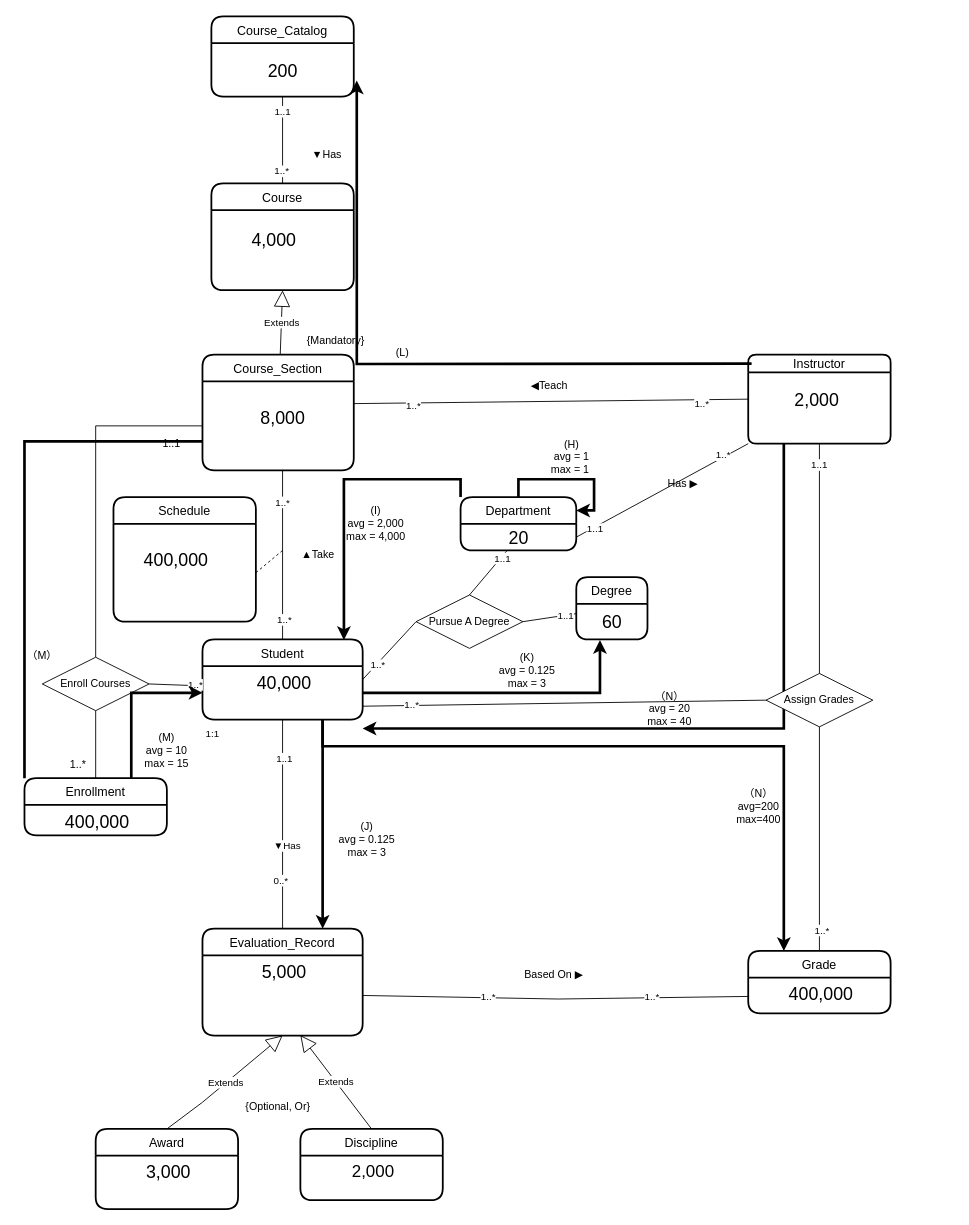
This is page "第 5 页" (5 of 7) of 未命名绘图2.drawio from bincute/iAmReadingBook, a draw.io file, before an edit. Source tidied: cells renumbered, new cells numbered last; positions are measured from the earlier drawing's top-left corner, leaving out a move shared by most shapes. Both pictures are drawn from the tidied source at 89%, with x=0, y=0 at pixel (15, 16).
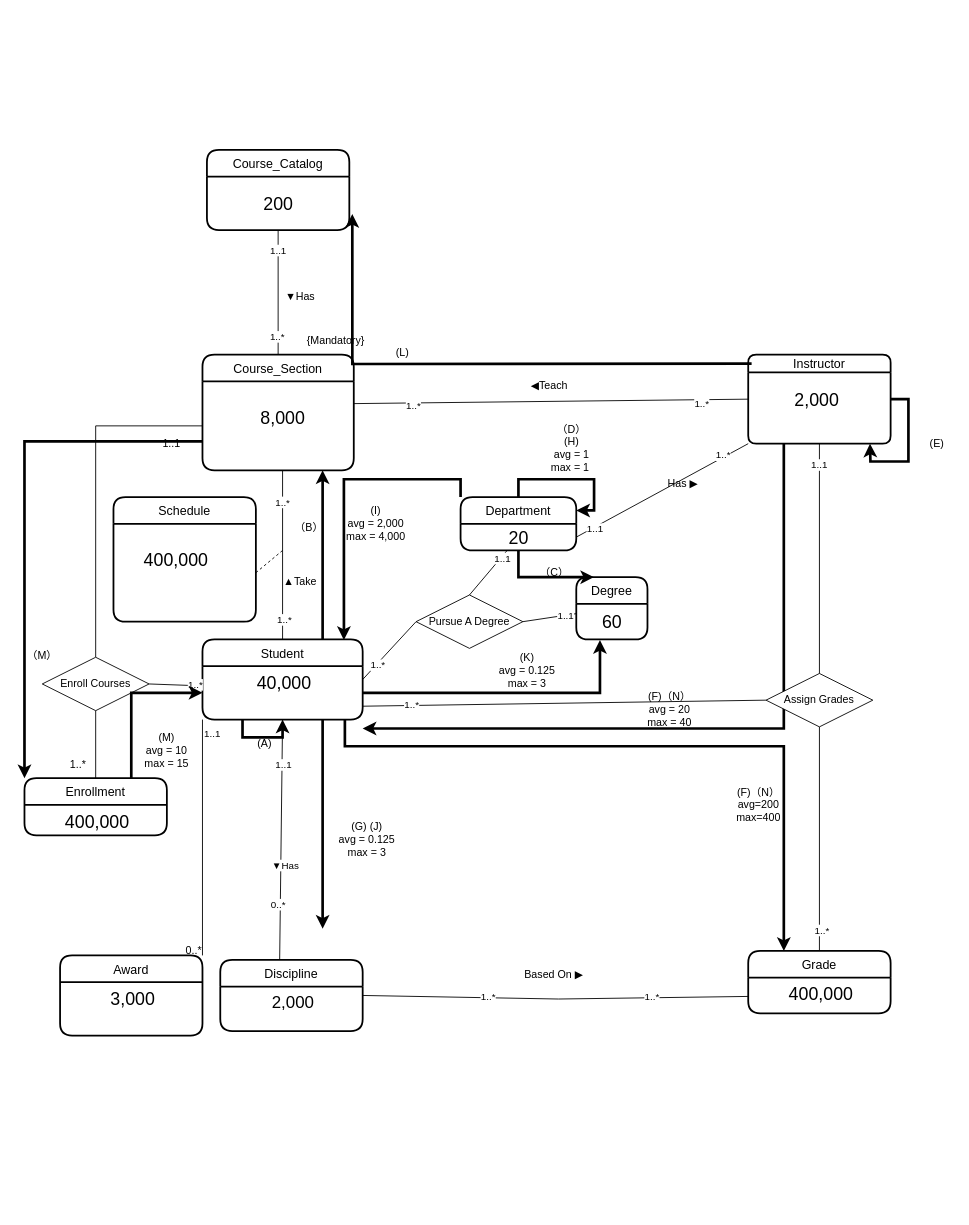
After the change.

Commit message:
更新未命名绘图2.drawio

The change refers to these unchanged cells:
```xml
<mxCell id="3" value="Student" style="swimlane;horizontal=1;startSize=30;rounded=1;fontSize=14;fontStyle=0;strokeWidth=2;shadow=0;dashed=0;align=center;" parent="1" vertex="1">
  <mxGeometry x="210" y="700" width="180" height="90" as="geometry" />
</mxCell>
<mxCell id="4" value="40,000" style="align=center;strokeColor=none;fillColor=none;spacingLeft=4;fontSize=20;verticalAlign=top;" parent="3" vertex="1">
  <mxGeometry y="30" width="180" height="60" as="geometry" />
</mxCell>
<mxCell id="6" value="Instructor" style="swimlane;horizontal=1;startSize=20;rounded=1;fontSize=14;fontStyle=0;strokeWidth=2;shadow=0;dashed=0;align=center;" parent="1" vertex="1">
  <mxGeometry x="823.2" y="380" width="160" height="100" as="geometry" />
</mxCell>
<mxCell id="17" value="Grade" style="swimlane;horizontal=1;startSize=30;rounded=1;fontSize=14;fontStyle=0;strokeWidth=2;shadow=0;dashed=0;align=center;" parent="1" vertex="1">
  <mxGeometry x="823.2" y="1050" width="160" height="70" as="geometry" />
</mxCell>
<mxCell id="18" value="400,000" style="align=center;strokeColor=none;fillColor=none;spacingLeft=4;fontSize=20;verticalAlign=top;" parent="17" vertex="1">
  <mxGeometry y="30" width="160" height="40" as="geometry" />
</mxCell>
<mxCell id="35" value="Degree" style="swimlane;horizontal=1;startSize=30;rounded=1;fontSize=14;fontStyle=0;strokeWidth=2;shadow=0;dashed=0;align=center;" parent="1" vertex="1">
  <mxGeometry x="630" y="630" width="80" height="70" as="geometry" />
</mxCell>
<mxCell id="38" value="Department" style="swimlane;horizontal=1;startSize=30;rounded=1;fontSize=14;fontStyle=0;strokeWidth=2;shadow=0;dashed=0;align=center;" parent="1" vertex="1">
  <mxGeometry x="500" y="540" width="130" height="60" as="geometry" />
</mxCell>
<mxCell id="46" value="Course_Section" style="swimlane;horizontal=1;startSize=30;rounded=1;fontSize=14;fontStyle=0;strokeWidth=2;shadow=0;dashed=0;align=center;" parent="1" vertex="1">
  <mxGeometry x="210" y="380" width="170" height="130" as="geometry" />
</mxCell>
<mxCell id="54" value="Enrollment" style="swimlane;horizontal=1;startSize=30;rounded=1;fontSize=14;fontStyle=0;strokeWidth=2;shadow=0;dashed=0;align=center;" parent="1" vertex="1">
  <mxGeometry x="10" y="855.9" width="160" height="64.1" as="geometry" />
</mxCell>
<mxCell id="56" style="edgeStyle=none;rounded=0;jettySize=auto;html=1;exitX=0.5;exitY=0;exitDx=0;exitDy=0;entryX=0.5;entryY=1;entryDx=0;entryDy=0;endArrow=none;endFill=0;" parent="1" edge="1" source="54" target="27">
  <mxGeometry relative="1" as="geometry" />
</mxCell>
```

The edit, as a diff of the source:
```diff
@@
-    <mxCell id="2" value="Course" style="swimlane;horizontal=1;startSize=30;rounded=1;fontSize=14;fontStyle=0;strokeWidth=2;shadow=0;dashed=0;align=center;" parent="1" vertex="1">
-      <mxGeometry x="220" y="187.6" width="160" height="120" as="geometry" />
-    </mxCell>
+    <mxCell id="98" style="edgeStyle=orthogonalEdgeStyle;rounded=0;jettySize=auto;html=1;exitX=0.75;exitY=0;exitDx=0;exitDy=0;strokeWidth=3;fontSize=12;endArrow=classic;endFill=1;elbow=vertical;" parent="1" edge="1" source="3">
+      <mxGeometry relative="1" as="geometry">
+        <mxPoint x="345" y="510" as="targetPoint" />
+      </mxGeometry>
+    </mxCell>
@@
+    <mxCell id="99" style="edgeStyle=orthogonalEdgeStyle;rounded=0;orthogonalLoop=1;jettySize=auto;html=1;exitX=0.25;exitY=1;exitDx=0;exitDy=0;entryX=0.5;entryY=1;entryDx=0;entryDy=0;strokeWidth=3;fontSize=20;endArrow=classic;endFill=1;elbow=vertical;" parent="3" edge="1" source="4" target="4">
+      <mxGeometry relative="1" as="geometry" />
+    </mxCell>
@@
+    <mxCell id="100" style="edgeStyle=orthogonalEdgeStyle;rounded=0;jettySize=auto;html=1;exitX=1;exitY=0.5;exitDx=0;exitDy=0;strokeWidth=3;fontSize=12;endArrow=classic;endFill=1;elbow=vertical;" parent="1" edge="1" source="6">
+      <mxGeometry relative="1" as="geometry">
+        <mxPoint x="960" y="480" as="targetPoint" />
+      </mxGeometry>
+    </mxCell>
@@
     <mxCell id="19" value="Course_Catalog" style="swimlane;horizontal=1;startSize=30;rounded=1;fontSize=14;fontStyle=0;strokeWidth=2;shadow=0;dashed=0;align=center;" parent="1" vertex="1">
-      <mxGeometry x="220" width="160" height="90" as="geometry" />
+      <mxGeometry x="215" y="150" width="160" height="90" as="geometry" />
     </mxCell>
@@
-    <mxCell id="21" style="edgeStyle=none;rounded=0;jettySize=auto;html=1;exitX=0.5;exitY=1;exitDx=0;exitDy=0;endArrow=none;endFill=0;" parent="1" edge="1" target="2">
+    <mxCell id="21" style="edgeStyle=none;rounded=0;jettySize=auto;html=1;endArrow=none;endFill=0;" parent="1" edge="1" target="46">
       <mxGeometry relative="1" as="geometry">
-        <mxPoint x="300" y="90" as="sourcePoint" />
+        <mxPoint x="295" y="240" as="sourcePoint" />
       </mxGeometry>
     </mxCell>
@@
-    <mxCell id="29" value="Evaluation_Record" style="swimlane;horizontal=1;startSize=30;rounded=1;fontSize=14;fontStyle=0;strokeWidth=2;shadow=0;dashed=0;align=center;" parent="1" vertex="1">
-      <mxGeometry x="210" y="1025" width="180" height="120" as="geometry" />
-    </mxCell>
-    <mxCell id="30" value="5,000" style="align=center;strokeColor=none;fillColor=none;spacingLeft=4;fontSize=20;verticalAlign=top;" parent="29" vertex="1">
-      <mxGeometry y="30" width="180" height="90" as="geometry" />
-    </mxCell>
-    <mxCell id="31" style="edgeStyle=none;rounded=0;jettySize=auto;html=1;exitX=0.5;exitY=1;exitDx=0;exitDy=0;endArrow=none;endFill=0;" parent="1" edge="1" source="4" target="29">
+    <mxCell id="31" style="edgeStyle=none;rounded=0;jettySize=auto;html=1;exitX=0.5;exitY=1;exitDx=0;exitDy=0;endArrow=none;endFill=0;entryX=0.417;entryY=0.017;entryDx=0;entryDy=0;entryPerimeter=0;" parent="1" edge="1" source="4" target="65">
       <mxGeometry relative="1" as="geometry" />
     </mxCell>
@@
+    <mxCell id="101" style="edgeStyle=orthogonalEdgeStyle;rounded=0;jettySize=auto;html=1;strokeWidth=3;fontSize=12;endArrow=classic;endFill=1;elbow=vertical;entryX=0.25;entryY=0;entryDx=0;entryDy=0;" parent="1" edge="1" source="38" target="35">
+      <mxGeometry relative="1" as="geometry">
+        <Array as="points">
+          <mxPoint x="565" y="630" />
+        </Array>
+      </mxGeometry>
+    </mxCell>
@@
-    <mxCell id="45" style="edgeStyle=orthogonalEdgeStyle;rounded=0;jettySize=auto;html=1;entryX=0;entryY=0;entryDx=0;entryDy=0;strokeWidth=3;fontSize=20;endArrow=none;endFill=0;elbow=vertical;exitX=0;exitY=0.75;exitDx=0;exitDy=0;" parent="1" edge="1" source="46" target="54">
+    <mxCell id="45" style="edgeStyle=orthogonalEdgeStyle;rounded=0;jettySize=auto;html=1;entryX=0;entryY=0;entryDx=0;entryDy=0;strokeWidth=3;fontSize=20;endArrow=classic;endFill=1;elbow=vertical;exitX=0;exitY=0.75;exitDx=0;exitDy=0;" parent="1" edge="1" source="46" target="54">
       <mxGeometry relative="1" as="geometry" />
     </mxCell>
@@
-    <mxCell id="47" value="Extends" style="endArrow=block;endSize=16;endFill=0;html=1;rounded=0;entryX=0.5;entryY=1;entryDx=0;entryDy=0;" parent="1" edge="1" source="46">
-      <mxGeometry relative="1" as="geometry">
-        <mxPoint x="300" y="307.7" as="targetPoint" />
-      </mxGeometry>
-    </mxCell>
@@
-    <mxCell id="51" style="edgeStyle=none;rounded=0;jettySize=auto;html=1;exitX=1;exitY=0.5;exitDx=0;exitDy=0;endArrow=none;endFill=0;" parent="1" edge="1" source="30" target="18">
+    <mxCell id="51" style="edgeStyle=none;rounded=0;jettySize=auto;html=1;exitX=1;exitY=0.5;exitDx=0;exitDy=0;endArrow=none;endFill=0;" parent="1" edge="1" target="18">
       <mxGeometry relative="1" as="geometry">
+        <mxPoint x="390" y="1100" as="sourcePoint" />
         <Array as="points">
           <mxPoint x="610" y="1104" />
         </Array>
       </mxGeometry>
     </mxCell>
@@
-    <mxCell id="57" value="1:1" style="edgeLabel;html=1;align=center;verticalAlign=middle;" parent="56" vertex="1">
+    <mxCell id="57" value="1..1" style="edgeLabel;html=1;align=center;verticalAlign=middle;" parent="56" vertex="1">
       <mxGeometry x="0.88" y="-1" relative="1" as="geometry">
         <mxPoint x="129" y="21" as="offset" />
       </mxGeometry>
     </mxCell>
@@
+    <mxCell id="102" style="edgeStyle=orthogonalEdgeStyle;rounded=0;jettySize=auto;html=1;exitX=1;exitY=0;exitDx=0;exitDy=0;entryX=0;entryY=1;entryDx=0;entryDy=0;strokeWidth=1;fontSize=12;endArrow=none;endFill=0;elbow=vertical;" parent="1" edge="1" source="63" target="4">
+      <mxGeometry relative="1" as="geometry" />
+    </mxCell>
     <mxCell id="63" value="Award" style="swimlane;horizontal=1;startSize=30;rounded=1;fontSize=14;fontStyle=0;strokeWidth=2;shadow=0;dashed=0;align=center;" parent="1" vertex="1">
-      <mxGeometry x="90" y="1250" width="160" height="90" as="geometry" />
+      <mxGeometry x="50" y="1055" width="160" height="90" as="geometry" />
     </mxCell>
@@
     <mxCell id="65" value="Discipline" style="swimlane;horizontal=1;startSize=30;rounded=1;fontSize=14;fontStyle=0;strokeWidth=2;shadow=0;dashed=0;align=center;" parent="1" vertex="1">
-      <mxGeometry x="320" y="1250" width="160" height="80" as="geometry" />
+      <mxGeometry x="230" y="1060" width="160" height="80" as="geometry" />
     </mxCell>
@@
-    <mxCell id="67" value="Extends" style="endArrow=block;endSize=16;endFill=0;html=1;rounded=0;entryX=0.5;entryY=1;entryDx=0;entryDy=0;exitX=0.5;exitY=0;exitDx=0;exitDy=0;" parent="1" edge="1" source="63" target="30">
-      <mxGeometry relative="1" as="geometry">
-        <Array as="points">
-          <mxPoint x="210" y="1220" />
-        </Array>
-      </mxGeometry>
-    </mxCell>
-    <mxCell id="68" value="Extends" style="endArrow=block;endSize=16;endFill=0;html=1;rounded=0;exitX=0.5;exitY=0;exitDx=0;exitDy=0;entryX=0.611;entryY=0.996;entryDx=0;entryDy=0;entryPerimeter=0;" parent="1" edge="1" source="65" target="30">
-      <mxGeometry relative="1" as="geometry" />
-    </mxCell>
@@
     <mxCell id="72" value="▲Take" style="text;html=1;strokeColor=none;fillColor=none;align=center;verticalAlign=middle;whiteSpace=wrap;rounded=0;" parent="1" vertex="1">
-      <mxGeometry x="310" y="590" width="60" height="30" as="geometry" />
+      <mxGeometry x="290" y="620" width="60" height="30" as="geometry" />
     </mxCell>
     <mxCell id="73" value="▼Has" style="text;html=1;strokeColor=none;fillColor=none;align=center;verticalAlign=middle;whiteSpace=wrap;rounded=0;" parent="1" vertex="1">
-      <mxGeometry x="320" y="140" width="60" height="30" as="geometry" />
+      <mxGeometry x="290" y="300" width="60" height="30" as="geometry" />
     </mxCell>
-    <mxCell id="74" value="{Optional, Or}" style="text;html=1;strokeColor=none;fillColor=none;align=center;verticalAlign=middle;whiteSpace=wrap;rounded=0;" parent="1" vertex="1">
-      <mxGeometry x="250" y="1210" width="90" height="30" as="geometry" />
-    </mxCell>
@@
-    <mxCell id="81" value="&lt;span style=&quot;&quot;&gt;4,000&lt;/span&gt;" style="text;html=1;align=center;verticalAlign=middle;strokeColor=none;fillColor=none;fontSize=20;" parent="1" vertex="1">
-      <mxGeometry x="255" y="230" width="70" height="40" as="geometry" />
-    </mxCell>
@@
-    <mxCell id="84" value="(H)&lt;br&gt;avg = 1&lt;br&gt;max = 1&amp;nbsp;" style="text;html=1;strokeColor=none;fillColor=none;align=center;verticalAlign=middle;whiteSpace=wrap;rounded=0;" parent="1" vertex="1">
-      <mxGeometry x="570" y="480" width="110" height="30" as="geometry" />
+    <mxCell id="84" value="（D）&lt;br&gt;(H)&lt;br&gt;avg = 1&lt;br&gt;max = 1&amp;nbsp;" style="text;html=1;strokeColor=none;fillColor=none;align=center;verticalAlign=middle;whiteSpace=wrap;rounded=0;" parent="1" vertex="1">
+      <mxGeometry x="570" y="470" width="110" height="30" as="geometry" />
     </mxCell>
@@
-    <mxCell id="86" style="edgeStyle=orthogonalEdgeStyle;rounded=0;jettySize=auto;html=1;exitX=0.75;exitY=1;exitDx=0;exitDy=0;entryX=0.75;entryY=0;entryDx=0;entryDy=0;strokeWidth=3;" parent="1" edge="1" source="4" target="29">
-      <mxGeometry relative="1" as="geometry" />
+    <mxCell id="86" style="edgeStyle=orthogonalEdgeStyle;rounded=0;jettySize=auto;html=1;exitX=0.75;exitY=1;exitDx=0;exitDy=0;entryX=0.75;entryY=0;entryDx=0;entryDy=0;strokeWidth=3;" parent="1" edge="1" source="4">
+      <mxGeometry relative="1" as="geometry">
+        <mxPoint x="345" y="1025" as="targetPoint" />
+      </mxGeometry>
     </mxCell>
-    <mxCell id="87" value="(J)&lt;br&gt;avg = 0.125&lt;br&gt;max = 3" style="text;html=1;strokeColor=none;fillColor=none;align=center;verticalAlign=middle;whiteSpace=wrap;rounded=0;" parent="1" vertex="1">
+    <mxCell id="87" value="(G) (J)&lt;br&gt;avg = 0.125&lt;br&gt;max = 3" style="text;html=1;strokeColor=none;fillColor=none;align=center;verticalAlign=middle;whiteSpace=wrap;rounded=0;" parent="1" vertex="1">
       <mxGeometry x="340" y="910" width="110" height="30" as="geometry" />
     </mxCell>
@@
-    <mxCell id="91" style="edgeStyle=orthogonalEdgeStyle;rounded=0;jettySize=auto;html=1;exitX=0.75;exitY=1;exitDx=0;exitDy=0;entryX=0.25;entryY=0;entryDx=0;entryDy=0;strokeWidth=3;elbow=vertical;" parent="1" edge="1" source="4" target="17">
+    <mxCell id="91" style="edgeStyle=orthogonalEdgeStyle;rounded=0;jettySize=auto;html=1;entryX=0.25;entryY=0;entryDx=0;entryDy=0;strokeWidth=3;elbow=vertical;" parent="1" edge="1" target="17">
       <mxGeometry relative="1" as="geometry">
+        <mxPoint x="370" y="790" as="sourcePoint" />
         <Array as="points">
-          <mxPoint x="345" y="820" />
+          <mxPoint x="370" y="790" />
+          <mxPoint x="370" y="820" />
           <mxPoint x="863" y="820" />
         </Array>
       </mxGeometry>
     </mxCell>
-    <mxCell id="92" value="（N）&lt;br&gt;avg = 20&lt;br&gt;max = 40&lt;br&gt;" style="text;html=1;strokeColor=none;fillColor=none;align=center;verticalAlign=middle;whiteSpace=wrap;rounded=0;" parent="1" vertex="1">
-      <mxGeometry x="680" y="758.2" width="110" height="40" as="geometry" />
+    <mxCell id="92" value="(F)（N）&lt;br&gt;avg = 20&lt;br&gt;max = 40" style="text;html=1;strokeColor=none;fillColor=none;align=center;verticalAlign=middle;whiteSpace=wrap;rounded=0;" parent="1" vertex="1">
+      <mxGeometry x="680" y="760" width="110" height="38.2" as="geometry" />
     </mxCell>
@@
-    <mxCell id="97" value="（N）&lt;br&gt;avg=200&lt;br&gt;max=400" style="text;html=1;strokeColor=none;fillColor=none;align=center;verticalAlign=middle;whiteSpace=wrap;rounded=0;" parent="1" vertex="1">
-      <mxGeometry x="780" y="872.9" width="110" height="30" as="geometry" />
+    <mxCell id="97" value="(F)（N）&lt;br&gt;avg=200&lt;br&gt;max=400" style="text;html=1;strokeColor=none;fillColor=none;align=center;verticalAlign=middle;whiteSpace=wrap;rounded=0;" parent="1" vertex="1">
+      <mxGeometry x="780" y="870" width="110" height="32.9" as="geometry" />
     </mxCell>
+    <mxCell id="103" value="&lt;font style=&quot;font-size: 12px;&quot;&gt;(A)&lt;/font&gt;" style="text;html=1;strokeColor=none;fillColor=none;align=center;verticalAlign=middle;whiteSpace=wrap;rounded=0;fontSize=20;" parent="1" vertex="1">
+      <mxGeometry x="250" y="798.2" width="60" height="30" as="geometry" />
+    </mxCell>
+    <mxCell id="104" value="（B）" style="text;html=1;strokeColor=none;fillColor=none;align=center;verticalAlign=middle;whiteSpace=wrap;rounded=0;fontSize=12;" parent="1" vertex="1">
+      <mxGeometry x="300" y="560" width="60" height="30" as="geometry" />
+    </mxCell>
+    <mxCell id="105" value="（C）" style="text;html=1;align=center;verticalAlign=middle;strokeColor=none;fillColor=none;fontSize=12;" parent="1" vertex="1">
+      <mxGeometry x="575" y="610" width="60" height="30" as="geometry" />
+    </mxCell>
+    <mxCell id="106" value="(E)" style="text;html=1;align=center;verticalAlign=middle;strokeColor=none;fillColor=none;fontSize=12;" parent="1" vertex="1">
+      <mxGeometry x="1015" y="465" width="40" height="30" as="geometry" />
+    </mxCell>
+    <mxCell id="107" value="0..*" style="text;html=1;align=center;verticalAlign=middle;strokeColor=none;fillColor=none;fontSize=12;" parent="1" vertex="1">
+      <mxGeometry x="180" y="1035" width="40" height="30" as="geometry" />
+    </mxCell>
```
